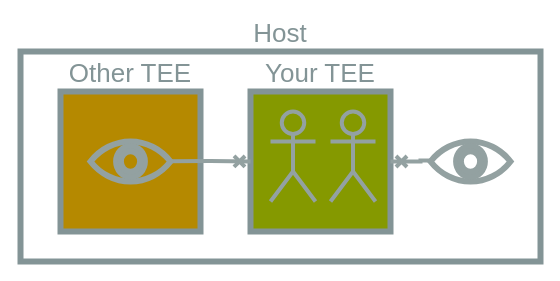
This is static/tee_protection_2.drawio from JimMadge/TEEs-for-TREs, a draw.io file, before an edit. Source tidied: cells renumbered, new cells numbered last; positions are measured from the earlier drawing's top-left corner, leaving out a move shared by most shapes. Both pictures are drawn from the tidied source at 100%, with x=0, y=0 at pixel (20, 51). Pictures stored in the file or linked from it are replaced by grey dashed boxes.
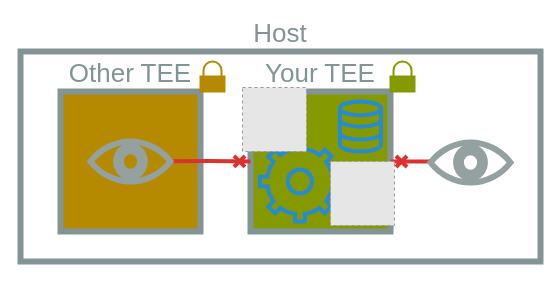
After the change.

The edit, as a diff of the source:
```diff
@@
 <mxGraphModel>
   <root>
     <mxCell id="0" />
     <mxCell id="1" parent="0" />
     <mxCell id="2" value="Host" style="rounded=0;whiteSpace=wrap;html=1;fontSize=26;fontColor=#839496;strokeWidth=6;strokeColor=#839496;labelPosition=center;verticalLabelPosition=top;align=center;verticalAlign=bottom;fillColor=none;" parent="1" vertex="1">
       <mxGeometry width="520" height="210" as="geometry" />
     </mxCell>
     <mxCell id="3" value="Your TEE" style="rounded=0;whiteSpace=wrap;html=1;fontSize=26;fontColor=#839496;strokeWidth=6;strokeColor=#839496;labelPosition=center;verticalLabelPosition=top;align=center;verticalAlign=bottom;fillColor=light-dark(#859900,#859900);" parent="1" vertex="1">
       <mxGeometry x="230" y="40" width="140" height="140" as="geometry" />
     </mxCell>
     <mxCell id="4" value="Other TEE" style="rounded=0;whiteSpace=wrap;html=1;fontSize=26;fontColor=#839496;strokeWidth=6;strokeColor=#839496;labelPosition=center;verticalLabelPosition=top;align=center;verticalAlign=bottom;fillColor=#B58900;" parent="1" vertex="1">
       <mxGeometry x="40" y="40" width="140" height="140" as="geometry" />
     </mxCell>
-    <mxCell id="5" style="edgeStyle=orthogonalEdgeStyle;rounded=0;jettySize=auto;html=1;exitX=0.985;exitY=0.491;exitDx=0;exitDy=0;startArrow=none;startFill=0;endArrow=cross;endFill=0;entryX=0;entryY=0.5;entryDx=0;entryDy=0;strokeWidth=4;strokeColor=#93A1A1;exitPerimeter=0;" parent="1" edge="1" source="9" target="3">
+    <mxCell id="5" style="edgeStyle=orthogonalEdgeStyle;rounded=0;jettySize=auto;html=1;exitX=0.985;exitY=0.491;exitDx=0;exitDy=0;startArrow=none;startFill=0;endArrow=cross;endFill=0;entryX=0;entryY=0.5;entryDx=0;entryDy=0;strokeWidth=4;strokeColor=#DC322F;exitPerimeter=0;" parent="1" edge="1" source="9" target="3">
       <mxGeometry relative="1" as="geometry" />
     </mxCell>
-    <mxCell id="6" style="edgeStyle=orthogonalEdgeStyle;rounded=0;jettySize=auto;html=1;exitX=0.016;exitY=0.475;exitDx=0;exitDy=0;endArrow=cross;endFill=0;strokeWidth=4;strokeColor=#93A1A1;exitPerimeter=0;" parent="1" edge="1" source="8" target="3">
+    <mxCell id="6" style="edgeStyle=orthogonalEdgeStyle;rounded=0;jettySize=auto;html=1;exitX=0.016;exitY=0.475;exitDx=0;exitDy=0;endArrow=cross;endFill=0;strokeWidth=4;strokeColor=#DC322F;exitPerimeter=0;" parent="1" edge="1" source="8" target="3">
       <mxGeometry relative="1" as="geometry">
         <Array as="points">
           <mxPoint x="400" y="110" />
         </Array>
       </mxGeometry>
     </mxCell>
-    <mxCell id="7" style="shape=umlActor;verticalLabelPosition=bottom;verticalAlign=top;html=1;strokeWidth=4;fillColor=none;strokeColor=#93A1A1;" parent="1" vertex="1">
-      <mxGeometry x="250" y="60" width="45" height="90" as="geometry" />
-    </mxCell>
     <mxCell id="8" style="html=1;verticalLabelPosition=bottom;align=center;labelBackgroundColor=#ffffff;verticalAlign=top;strokeWidth=6;strokeColor=#93A1A1;shadow=0;dashed=0;shape=mxgraph.ios7.icons.eye;fillColor=none;" parent="1" vertex="1">
-      <mxGeometry x="410" y="90" width="80" height="40" as="geometry" />
+      <mxGeometry x="410" y="91" width="80" height="40" as="geometry" />
     </mxCell>
     <mxCell id="9" style="html=1;verticalLabelPosition=bottom;align=center;labelBackgroundColor=#ffffff;verticalAlign=top;strokeWidth=6;strokeColor=#93A1A1;shadow=0;dashed=0;shape=mxgraph.ios7.icons.eye;fillColor=none;" parent="1" vertex="1">
       <mxGeometry x="70" y="90" width="80" height="40" as="geometry" />
     </mxCell>
-    <mxCell id="10" style="shape=umlActor;verticalLabelPosition=bottom;verticalAlign=top;html=1;strokeWidth=4;fillColor=none;strokeColor=#93A1A1;" parent="1" vertex="1">
-      <mxGeometry x="310" y="60" width="45" height="90" as="geometry" />
-    </mxCell>
+    <mxCell id="11" style="html=1;verticalLabelPosition=bottom;align=center;labelBackgroundColor=#ffffff;verticalAlign=top;strokeWidth=2;strokeColor=#B58900;shadow=0;dashed=0;shape=mxgraph.ios7.icons.locked;fillColor=#B58900;" parent="1" vertex="1">
+      <mxGeometry x="180" y="10" width="24" height="30" as="geometry" />
+    </mxCell>
+    <mxCell id="12" style="html=1;verticalLabelPosition=bottom;align=center;labelBackgroundColor=#ffffff;verticalAlign=top;strokeWidth=2;strokeColor=#859900;shadow=0;dashed=0;shape=mxgraph.ios7.icons.locked;fillColor=#859900;" parent="1" vertex="1">
+      <mxGeometry x="370" y="10" width="24" height="30" as="geometry" />
+    </mxCell>
+    <mxCell id="13" style="html=1;verticalLabelPosition=bottom;align=center;labelBackgroundColor=#ffffff;verticalAlign=top;strokeWidth=4;strokeColor=#268BD2;shadow=0;dashed=0;shape=mxgraph.ios7.icons.data;fillColor=none;" parent="1" vertex="1">
+      <mxGeometry x="319.4" y="50" width="41.2" height="50" as="geometry" />
+    </mxCell>
+    <mxCell id="14" style="html=1;verticalLabelPosition=bottom;align=center;labelBackgroundColor=#ffffff;verticalAlign=top;strokeWidth=4;strokeColor=#268BD2;shadow=0;dashed=0;shape=mxgraph.ios7.icons.settings;fillColor=none;" parent="1" vertex="1">
+      <mxGeometry x="239.4" y="90" width="80" height="80" as="geometry" />
+    </mxCell>
+    <mxCell id="15" style="fillColor=#E6E6E6;strokeColor=#999999;dashed=1;html=1;verticalAlign=top;verticalLabelPosition=bottom;labelBackgroundColor=#ffffff;" parent="1" vertex="1">
+      <mxGeometry x="222" y="36" width="64" height="64" as="geometry" />
+    </mxCell>
+    <mxCell id="16" style="fillColor=#E6E6E6;strokeColor=#999999;dashed=1;html=1;verticalAlign=top;verticalLabelPosition=bottom;labelBackgroundColor=#ffffff;" parent="1" vertex="1">
+      <mxGeometry x="310" y="110" width="64" height="64" as="geometry" />
+    </mxCell>
   </root>
 </mxGraphModel>
```
